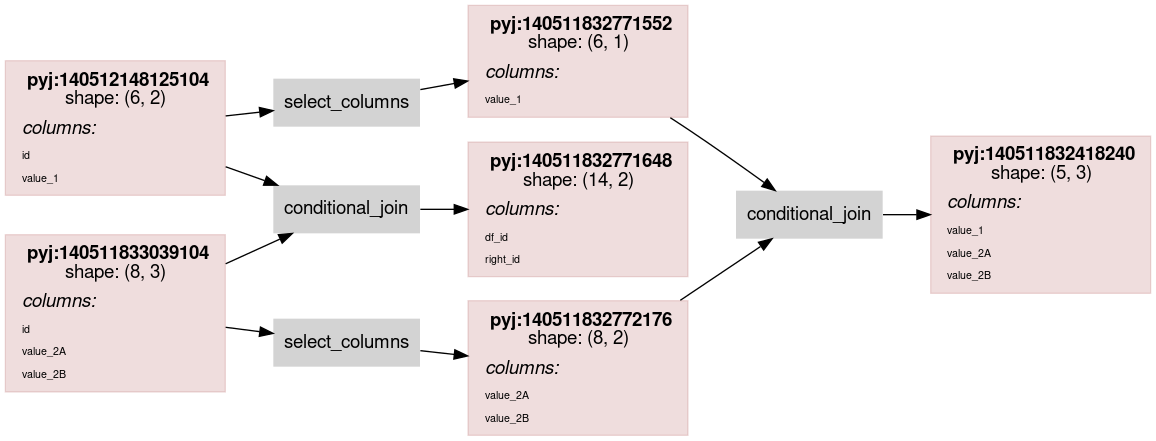
The Graphviz diagram scripts/rdflog/conditional_join_w_cmc.ttl.dot.png in asmirnov69/pyjviz-poc, before a commit. Its source is kept beside it as scripts/rdflog/conditional_join_w_cmc.ttl.dot.
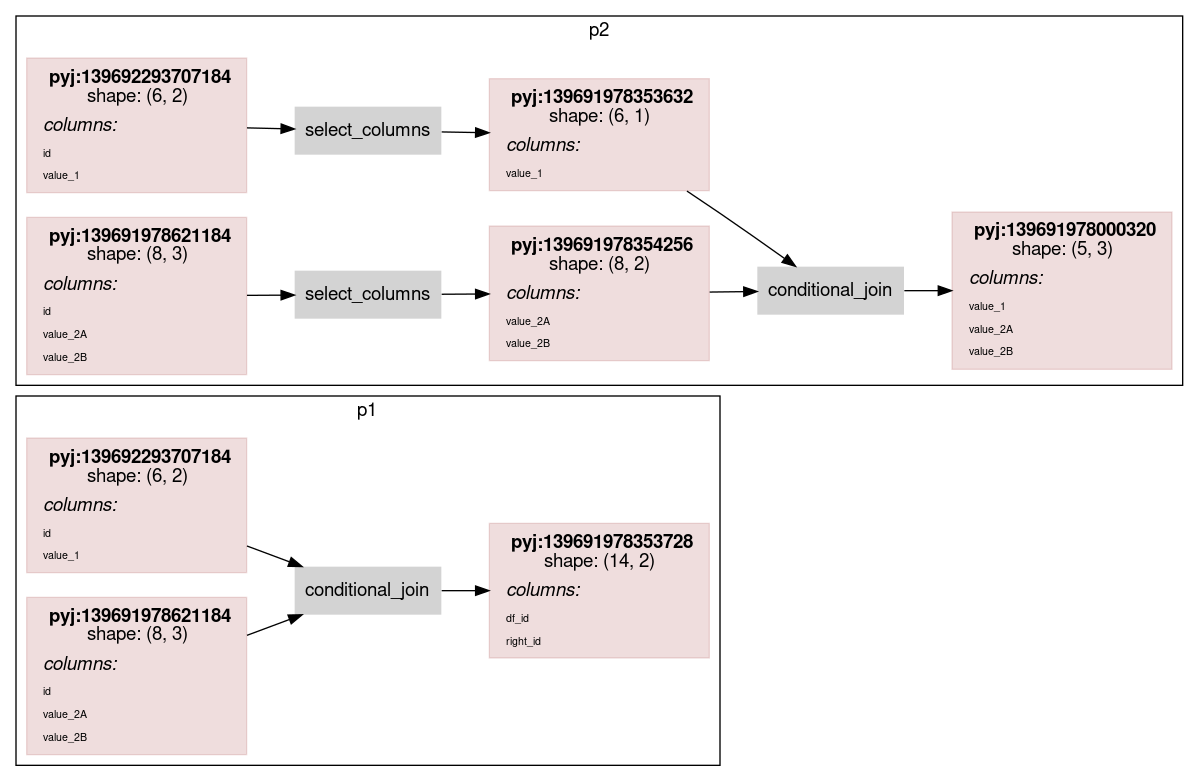
The same file after the commit.

What changed in the source:
```diff
@@ -14,7 +14,7 @@
                 color="#88000022"
                 shape = rect
                 label = <<table border="0" cellborder="0" cellspacing="0" cellpadding="4">
-                         <tr> <td> <b>pyj:140512148125104</b><br/>shape: (6, 2)</td> </tr>
+                         <tr> <td> <b>pyj:139692293707184</b><br/>shape: (6, 2)</td> </tr>
                          <tr> <td align="left"><i>columns:</i><br align="left"/></td></tr>
                 <tr><td align="left"><FONT POINT-SIZE="8px">id</FONT></td></tr>
 <tr><td align="left"><FONT POINT-SIZE="8px">value_1</FONT></td></tr>
@@ -24,7 +24,7 @@
                 color="#88000022"
                 shape = rect
                 label = <<table border="0" cellborder="0" cellspacing="0" cellpadding="4">
-                         <tr> <td> <b>pyj:140511832771648</b><br/>shape: (14, 2)</td> </tr>
+                         <tr> <td> <b>pyj:139691978353728</b><br/>shape: (14, 2)</td> </tr>
                          <tr> <td align="left"><i>columns:</i><br align="left"/></td></tr>
                 <tr><td align="left"><FONT POINT-SIZE="8px">df_id</FONT></td></tr>
 <tr><td align="left"><FONT POINT-SIZE="8px">right_id</FONT></td></tr>
@@ -34,55 +34,82 @@
                 color="#88000022"
                 shape = rect
                 label = <<table border="0" cellborder="0" cellspacing="0" cellpadding="4">
-                         <tr> <td> <b>pyj:140511833039104</b><br/>shape: (8, 3)</td> </tr>
+                         <tr> <td> <b>pyj:139691978621184</b><br/>shape: (8, 3)</td> </tr>
                          <tr> <td align="left"><i>columns:</i><br align="left"/></td></tr>
                 <tr><td align="left"><FONT POINT-SIZE="8px">id</FONT></td></tr>
 <tr><td align="left"><FONT POINT-SIZE="8px">value_2A</FONT></td></tr>
 <tr><td align="left"><FONT POINT-SIZE="8px">value_2B</FONT></td></tr>
                          </table>>
                 ];
-node0_3 [
+node0_3 [ label = "conditional_join" ];
+subgraph cluster_0 {
+label = "p1";
+node0_0 -> node0_3;
+node0_2 -> node0_3;
+node0_3 -> node0_1;
+}
+node1_0 [
                 color="#88000022"
                 shape = rect
                 label = <<table border="0" cellborder="0" cellspacing="0" cellpadding="4">
-                         <tr> <td> <b>pyj:140511832771552</b><br/>shape: (6, 1)</td> </tr>
+                         <tr> <td> <b>pyj:139692293707184</b><br/>shape: (6, 2)</td> </tr>
+                         <tr> <td align="left"><i>columns:</i><br align="left"/></td></tr>
+                <tr><td align="left"><FONT POINT-SIZE="8px">id</FONT></td></tr>
+<tr><td align="left"><FONT POINT-SIZE="8px">value_1</FONT></td></tr>
+                         </table>>
+                ];
+node1_1 [
+                color="#88000022"
+                shape = rect
+                label = <<table border="0" cellborder="0" cellspacing="0" cellpadding="4">
+                         <tr> <td> <b>pyj:139691978621184</b><br/>shape: (8, 3)</td> </tr>
+                         <tr> <td align="left"><i>columns:</i><br align="left"/></td></tr>
+                <tr><td align="left"><FONT POINT-SIZE="8px">id</FONT></td></tr>
+<tr><td align="left"><FONT POINT-SIZE="8px">value_2A</FONT></td></tr>
+<tr><td align="left"><FONT POINT-SIZE="8px">value_2B</FONT></td></tr>
+                         </table>>
+                ];
+node1_2 [
+                color="#88000022"
+                shape = rect
+                label = <<table border="0" cellborder="0" cellspacing="0" cellpadding="4">
+                         <tr> <td> <b>pyj:139691978353632</b><br/>shape: (6, 1)</td> </tr>
                          <tr> <td align="left"><i>columns:</i><br align="left"/></td></tr>
                 <tr><td align="left"><FONT POINT-SIZE="8px">value_1</FONT></td></tr>
                          </table>>
                 ];
-node0_4 [
+node1_3 [
                 color="#88000022"
                 shape = rect
                 label = <<table border="0" cellborder="0" cellspacing="0" cellpadding="4">
-                         <tr> <td> <b>pyj:140511832772176</b><br/>shape: (8, 2)</td> </tr>
+                         <tr> <td> <b>pyj:139691978354256</b><br/>shape: (8, 2)</td> </tr>
                          <tr> <td align="left"><i>columns:</i><br align="left"/></td></tr>
                 <tr><td align="left"><FONT POINT-SIZE="8px">value_2A</FONT></td></tr>
 <tr><td align="left"><FONT POINT-SIZE="8px">value_2B</FONT></td></tr>
                          </table>>
                 ];
-node0_5 [
+node1_4 [
                 color="#88000022"
                 shape = rect
                 label = <<table border="0" cellborder="0" cellspacing="0" cellpadding="4">
-                         <tr> <td> <b>pyj:140511832418240</b><br/>shape: (5, 3)</td> </tr>
+                         <tr> <td> <b>pyj:139691978000320</b><br/>shape: (5, 3)</td> </tr>
                          <tr> <td align="left"><i>columns:</i><br align="left"/></td></tr>
                 <tr><td align="left"><FONT POINT-SIZE="8px">value_1</FONT></td></tr>
 <tr><td align="left"><FONT POINT-SIZE="8px">value_2A</FONT></td></tr>
 <tr><td align="left"><FONT POINT-SIZE="8px">value_2B</FONT></td></tr>
                          </table>>
                 ];
-node0_6 [ label = "conditional_join" ];
-node0_7 [ label = "select_columns" ];
-node0_8 [ label = "select_columns" ];
-node0_9 [ label = "conditional_join" ];
-node0_0 -> node0_6;
-node0_0 -> node0_7;
-node0_2 -> node0_6;
-node0_2 -> node0_8;
-node0_3 -> node0_9;
-node0_4 -> node0_9;
-node0_6 -> node0_1;
-node0_7 -> node0_3;
-node0_8 -> node0_4;
-node0_9 -> node0_5;
+node1_5 [ label = "select_columns" ];
+node1_6 [ label = "select_columns" ];
+node1_7 [ label = "conditional_join" ];
+subgraph cluster_1 {
+label = "p2";
+node1_0 -> node1_5;
+node1_2 -> node1_7;
+node1_1 -> node1_6;
+node1_3 -> node1_7;
+node1_5 -> node1_2;
+node1_6 -> node1_3;
+node1_7 -> node1_4;
 }
+}
```
